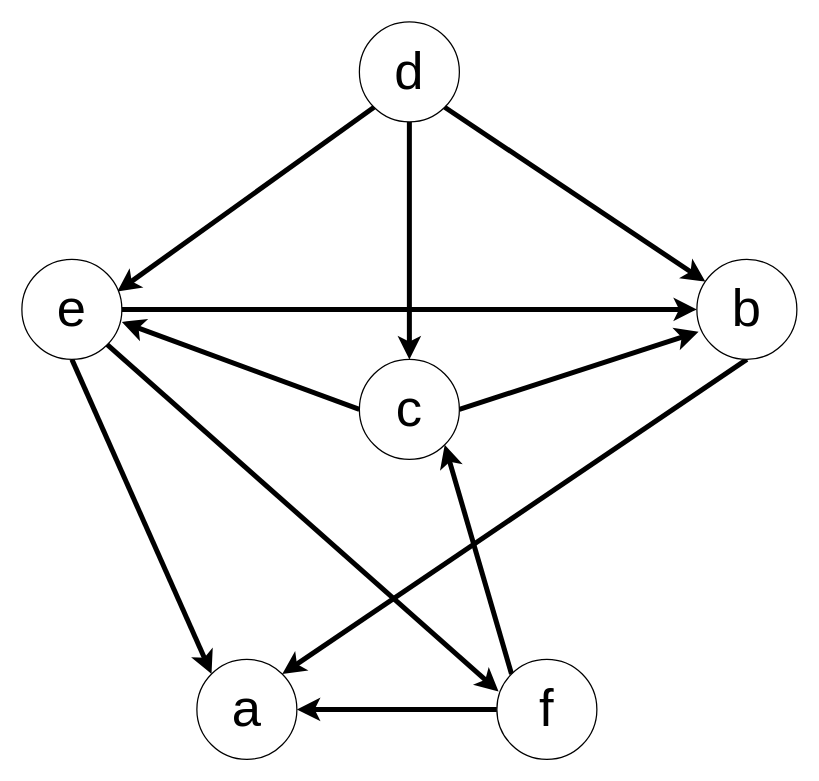
The draw.io diagram Untitled Diagram.drawio in Poopaye-96/Visual_Content, before the edit. Source tidied: cells renumbered, new cells numbered last; positions are measured from the earlier drawing's top-left corner, leaving out a move shared by most shapes. Both pictures are drawn from the tidied source at 125%, with x=0, y=0 at pixel (21, 21).
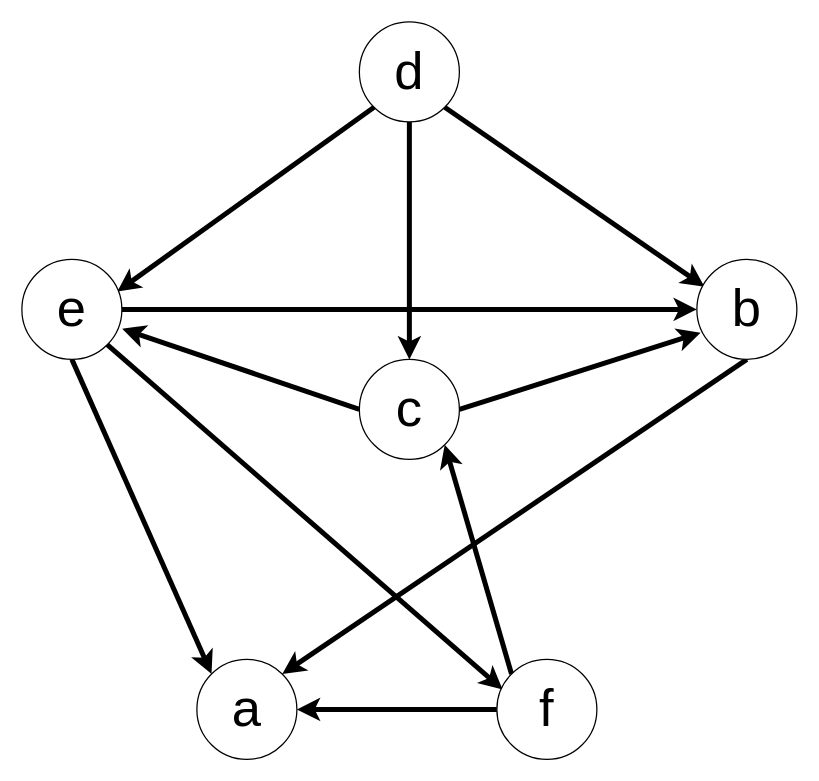
After the change.

The edit, as a diff of the source:
```diff
@@
 <mxGraphModel>
   <root>
     <mxCell id="0" />
     <mxCell id="1" parent="0" />
     <mxCell id="2" value="&lt;font style=&quot;font-size: 42px&quot;&gt;a&lt;/font&gt;" style="ellipse;whiteSpace=wrap;html=1;" parent="1" vertex="1">
       <mxGeometry x="140" y="510" width="80" height="80" as="geometry" />
     </mxCell>
     <mxCell id="3" style="edgeStyle=none;rounded=1;jettySize=auto;html=1;exitX=0.5;exitY=1;exitDx=0;exitDy=0;entryX=1;entryY=0;entryDx=0;entryDy=0;fontSize=42;strokeWidth=4;" parent="1" edge="1" source="18" target="2">
       <mxGeometry relative="1" as="geometry" />
     </mxCell>
-    <mxCell id="4" style="rounded=0;jettySize=auto;html=1;entryX=0.017;entryY=0.724;entryDx=0;entryDy=0;fontSize=42;strokeWidth=4;entryPerimeter=0;exitX=1;exitY=0.5;exitDx=0;exitDy=0;" parent="1" edge="1" source="6" target="18">
+    <mxCell id="4" style="rounded=0;jettySize=auto;html=1;fontSize=42;strokeWidth=4;exitX=1;exitY=0.5;exitDx=0;exitDy=0;entryX=0.037;entryY=0.733;entryDx=0;entryDy=0;entryPerimeter=0;" parent="1" edge="1" source="6" target="18">
       <mxGeometry relative="1" as="geometry" />
     </mxCell>
-    <mxCell id="5" style="rounded=1;jettySize=auto;html=1;exitX=0;exitY=0.5;exitDx=0;exitDy=0;fontSize=42;strokeWidth=4;" parent="1" edge="1" source="6">
-      <mxGeometry relative="1" as="geometry">
-        <mxPoint x="80" y="240" as="targetPoint" />
-      </mxGeometry>
+    <mxCell id="5" style="rounded=1;jettySize=auto;html=1;exitX=0;exitY=0.5;exitDx=0;exitDy=0;fontSize=42;strokeWidth=4;entryX=1.003;entryY=0.694;entryDx=0;entryDy=0;entryPerimeter=0;" parent="1" edge="1" source="6" target="12">
+      <mxGeometry relative="1" as="geometry" />
     </mxCell>
     <mxCell id="6" value="&lt;span style=&quot;font-size: 42px&quot;&gt;c&lt;/span&gt;" style="ellipse;whiteSpace=wrap;html=1;" parent="1" vertex="1">
       <mxGeometry x="270" y="270" width="80" height="80" as="geometry" />
     </mxCell>
     <mxCell id="7" style="jettySize=auto;html=1;exitX=0;exitY=1;exitDx=0;exitDy=0;fontSize=42;strokeWidth=4;entryX=0.954;entryY=0.322;entryDx=0;entryDy=0;entryPerimeter=0;" parent="1" edge="1" source="8" target="12">
       <mxGeometry relative="1" as="geometry" />
     </mxCell>
     <mxCell id="8" value="&lt;span style=&quot;font-size: 42px&quot;&gt;d&lt;/span&gt;" style="ellipse;whiteSpace=wrap;html=1;" parent="1" vertex="1">
       <mxGeometry x="270" width="80" height="80" as="geometry" />
     </mxCell>
     <mxCell id="9" style="edgeStyle=orthogonalEdgeStyle;rounded=0;jettySize=auto;html=1;exitX=1;exitY=0.5;exitDx=0;exitDy=0;entryX=0;entryY=0.5;entryDx=0;entryDy=0;fontSize=42;strokeWidth=4;" parent="1" edge="1" source="12" target="18">
       <mxGeometry relative="1" as="geometry" />
     </mxCell>
-    <mxCell id="10" style="rounded=0;jettySize=auto;html=1;exitX=1;exitY=1;exitDx=0;exitDy=0;fontSize=42;strokeWidth=4;entryX=0.017;entryY=0.322;entryDx=0;entryDy=0;entryPerimeter=0;" parent="1" edge="1" source="12" target="15">
+    <mxCell id="10" style="rounded=0;jettySize=auto;html=1;exitX=1;exitY=1;exitDx=0;exitDy=0;fontSize=42;strokeWidth=4;entryX=0.057;entryY=0.302;entryDx=0;entryDy=0;entryPerimeter=0;" parent="1" edge="1" source="12" target="15">
       <mxGeometry relative="1" as="geometry" />
     </mxCell>
     <mxCell id="11" style="edgeStyle=none;rounded=1;jettySize=auto;html=1;exitX=0.5;exitY=1;exitDx=0;exitDy=0;entryX=0;entryY=0;entryDx=0;entryDy=0;fontSize=42;strokeWidth=4;" parent="1" edge="1" source="12" target="2">
       <mxGeometry relative="1" as="geometry" />
     </mxCell>
     <mxCell id="12" value="&lt;span style=&quot;font-size: 42px&quot;&gt;e&lt;/span&gt;" style="ellipse;whiteSpace=wrap;html=1;" parent="1" vertex="1">
       <mxGeometry y="190" width="80" height="80" as="geometry" />
     </mxCell>
     <mxCell id="13" style="rounded=0;jettySize=auto;html=1;exitX=0;exitY=0;exitDx=0;exitDy=0;entryX=1;entryY=1;entryDx=0;entryDy=0;fontSize=42;strokeWidth=4;" parent="1" edge="1" source="15" target="6">
       <mxGeometry relative="1" as="geometry" />
     </mxCell>
     <mxCell id="14" style="edgeStyle=none;jettySize=auto;html=1;exitX=0;exitY=0.5;exitDx=0;exitDy=0;entryX=1;entryY=0.5;entryDx=0;entryDy=0;fontSize=42;strokeWidth=4;" parent="1" edge="1" source="15" target="2">
       <mxGeometry relative="1" as="geometry" />
     </mxCell>
     <mxCell id="15" value="&lt;span style=&quot;font-size: 42px&quot;&gt;f&lt;/span&gt;" style="ellipse;whiteSpace=wrap;html=1;" parent="1" vertex="1">
       <mxGeometry x="380" y="510" width="80" height="80" as="geometry" />
     </mxCell>
-    <mxCell id="16" style="endArrow=classic;html=1;rounded=0;fontSize=42;exitX=1;exitY=1;exitDx=0;exitDy=0;strokeWidth=4;" parent="1" edge="1" source="8" target="18">
+    <mxCell id="16" style="endArrow=classic;html=1;rounded=0;fontSize=42;exitX=1;exitY=1;exitDx=0;exitDy=0;strokeWidth=4;entryX=0.076;entryY=0.273;entryDx=0;entryDy=0;entryPerimeter=0;" parent="1" edge="1" source="8" target="18">
       <mxGeometry relative="1" as="geometry" />
     </mxCell>
-    <mxCell id="17" style="endArrow=classic;html=1;rounded=0;fontSize=42;strokeWidth=4;exitX=0.5;exitY=1;exitDx=0;exitDy=0;" parent="1" edge="1" source="8" target="6">
+    <mxCell id="17" style="endArrow=classic;html=1;rounded=0;fontSize=42;strokeWidth=4;exitX=0.5;exitY=1;exitDx=0;exitDy=0;entryX=0.5;entryY=0;entryDx=0;entryDy=0;" parent="1" edge="1" source="8" target="6">
       <mxGeometry relative="1" as="geometry" />
     </mxCell>
     <mxCell id="18" value="&lt;span style=&quot;font-size: 42px&quot;&gt;b&lt;/span&gt;" style="ellipse;whiteSpace=wrap;html=1;" parent="1" vertex="1">
       <mxGeometry x="540" y="190" width="80" height="80" as="geometry" />
     </mxCell>
   </root>
 </mxGraphModel>
```
